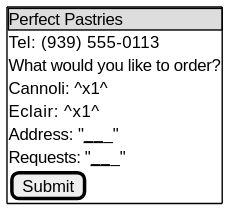
The PlantUML diagram uml/prototype1.svg in laughingbiscuit/notepad, before a commit.
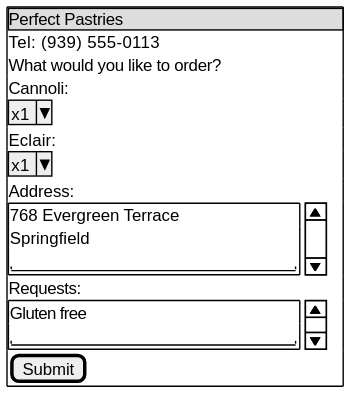
The same file after the commit.

What changed in the source:
```diff
@@ -4,10 +4,21 @@
   Tel: (939) 555-0113
 
   What would you like to order?
-  Cannoli: ^x1^
-  Eclair:  ^x1^
-  Address: "___________"
-  Requests: "___________"
+  Cannoli:
+  ^x1^
+  Eclair:
+  ^x1^
+  Address:
+  {SI
+    768 Evergreen Terrace
+    Springfield
+    "                         "
+  }
+  Requests:
+  {SI
+    Gluten free
+    "                         "
+  }
   [Submit]
 }
 @endsalt
```
